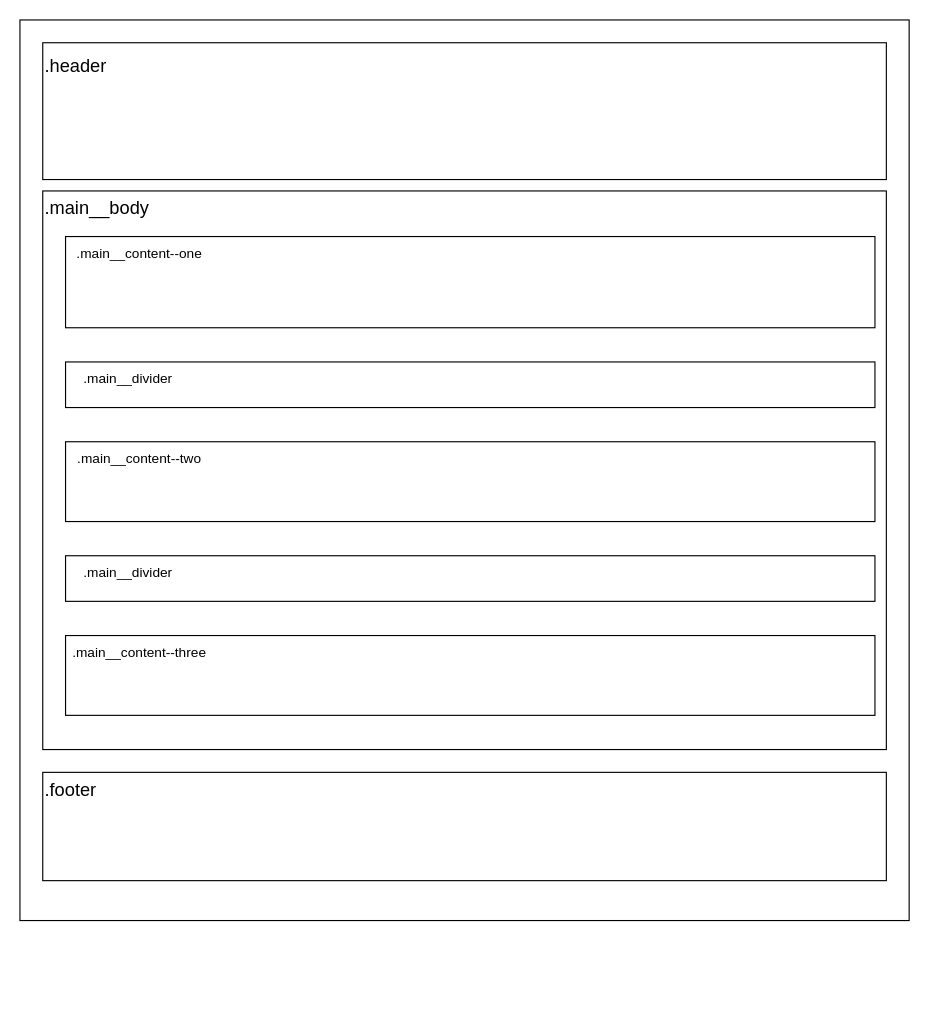
Earlier version of the draw.io diagram BTVN_1908/Bai1.drawio (IRIS-T-SLM/SET2026). Source tidied: cells renumbered, new cells numbered last; positions are measured from the earlier drawing's top-left corner, leaving out a move shared by most shapes. Both pictures are drawn from the tidied source at 114%, with x=0, y=0 at pixel (19, 19).
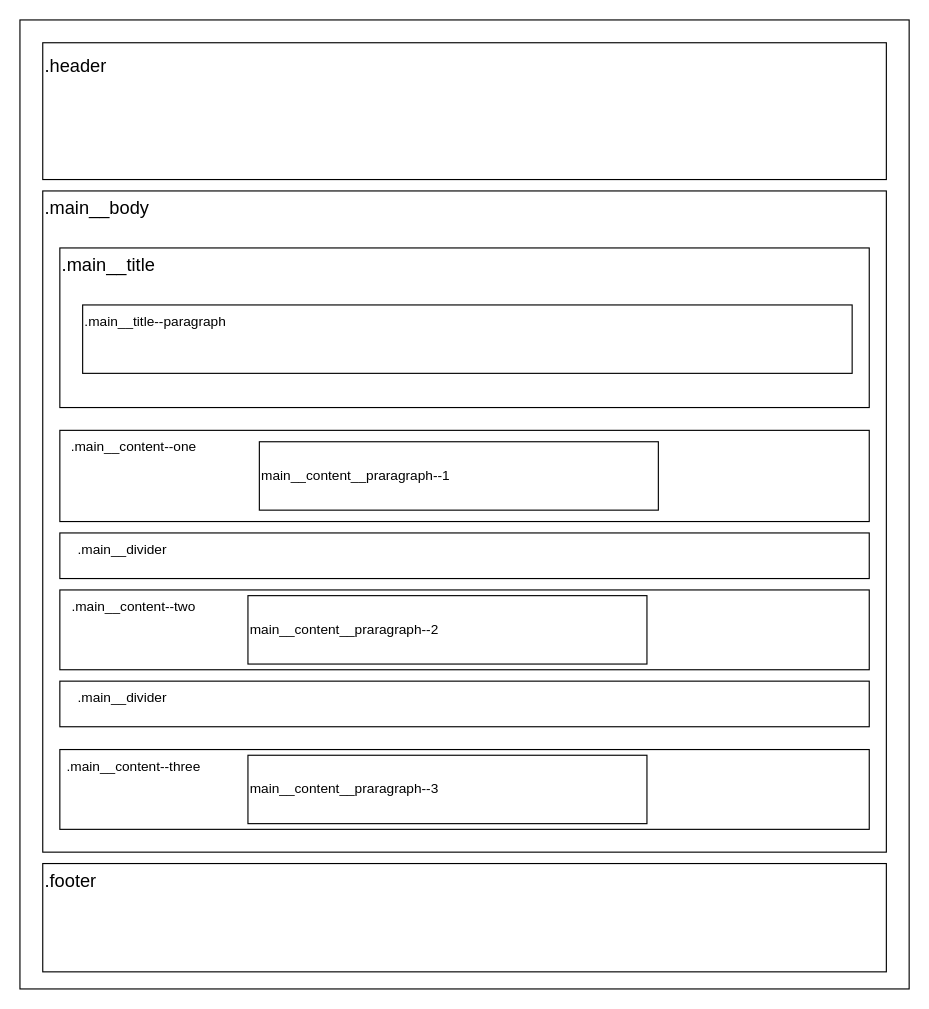
After the change.

Commit message:
Update Block layout cho bài 1

Change to the diagram source:
```diff
@@
     <mxCell id="2" style="rounded=0;whiteSpace=wrap;html=1;" parent="1" vertex="1">
-      <mxGeometry width="780" height="790" as="geometry" />
+      <mxGeometry width="780" height="850" as="geometry" />
     </mxCell>
@@
     <mxCell id="5" style="rounded=0;whiteSpace=wrap;html=1;" parent="1" vertex="1">
-      <mxGeometry x="20" y="150" width="740" height="490" as="geometry" />
+      <mxGeometry x="20" y="150" width="740" height="580" as="geometry" />
     </mxCell>
     <mxCell id="6" style="rounded=0;whiteSpace=wrap;html=1;" parent="1" vertex="1">
-      <mxGeometry x="20" y="660" width="740" height="95" as="geometry" />
+      <mxGeometry x="20" y="740" width="740" height="95" as="geometry" />
     </mxCell>
     <mxCell id="7" value="&lt;font style=&quot;font-size: 16px;&quot;&gt;.footer&lt;/font&gt;" style="text;html=1;whiteSpace=wrap;strokeColor=none;fillColor=none;align=left;verticalAlign=middle;rounded=0;" parent="1" vertex="1">
-      <mxGeometry x="20" y="660" width="130" height="30" as="geometry" />
+      <mxGeometry x="20" y="740" width="130" height="30" as="geometry" />
     </mxCell>
@@
     <mxCell id="9" style="rounded=0;whiteSpace=wrap;html=1;" parent="1" vertex="1">
-      <mxGeometry x="40" y="190" width="710" height="80" as="geometry" />
+      <mxGeometry x="35" y="360" width="710" height="80" as="geometry" />
     </mxCell>
     <mxCell id="10" style="rounded=0;whiteSpace=wrap;html=1;" parent="1" vertex="1">
-      <mxGeometry x="40" y="300" width="710" height="40" as="geometry" />
+      <mxGeometry x="35" y="450" width="710" height="40" as="geometry" />
     </mxCell>
     <mxCell id="11" style="rounded=0;whiteSpace=wrap;html=1;" parent="1" vertex="1">
-      <mxGeometry x="40" y="370" width="710" height="70" as="geometry" />
+      <mxGeometry x="35" y="500" width="710" height="70" as="geometry" />
     </mxCell>
     <mxCell id="12" style="rounded=0;whiteSpace=wrap;html=1;" parent="1" vertex="1">
-      <mxGeometry x="40" y="470" width="710" height="40" as="geometry" />
+      <mxGeometry x="35" y="580" width="710" height="40" as="geometry" />
     </mxCell>
     <mxCell id="13" style="rounded=0;whiteSpace=wrap;html=1;" parent="1" vertex="1">
-      <mxGeometry x="40" y="540" width="710" height="70" as="geometry" />
+      <mxGeometry x="35" y="640" width="710" height="70" as="geometry" />
     </mxCell>
     <mxCell id="14" value=".main__content--one" style="text;html=1;whiteSpace=wrap;strokeColor=none;fillColor=none;align=center;verticalAlign=middle;rounded=0;" parent="1" vertex="1">
-      <mxGeometry x="40" y="190" width="130" height="30" as="geometry" />
+      <mxGeometry x="35" y="360" width="130" height="30" as="geometry" />
     </mxCell>
     <mxCell id="15" value=".main__divider" style="text;html=1;whiteSpace=wrap;strokeColor=none;fillColor=none;align=center;verticalAlign=middle;rounded=0;" parent="1" vertex="1">
-      <mxGeometry x="40" y="300" width="110" height="30" as="geometry" />
+      <mxGeometry x="35" y="450" width="110" height="30" as="geometry" />
     </mxCell>
     <mxCell id="16" value=".main__content--two" style="text;html=1;whiteSpace=wrap;strokeColor=none;fillColor=none;align=center;verticalAlign=middle;rounded=0;" parent="1" vertex="1">
-      <mxGeometry x="40" y="370" width="130" height="30" as="geometry" />
+      <mxGeometry x="35" y="500" width="130" height="30" as="geometry" />
     </mxCell>
     <mxCell id="17" value=".main__divider" style="text;html=1;whiteSpace=wrap;strokeColor=none;fillColor=none;align=center;verticalAlign=middle;rounded=0;" parent="1" vertex="1">
-      <mxGeometry x="40" y="470" width="110" height="30" as="geometry" />
+      <mxGeometry x="35" y="580" width="110" height="30" as="geometry" />
     </mxCell>
     <mxCell id="18" value=".main__content--three" style="text;html=1;whiteSpace=wrap;strokeColor=none;fillColor=none;align=center;verticalAlign=middle;rounded=0;" parent="1" vertex="1">
-      <mxGeometry x="40" y="540" width="130" height="30" as="geometry" />
+      <mxGeometry x="35" y="640" width="130" height="30" as="geometry" />
     </mxCell>
+    <mxCell id="19" style="rounded=0;whiteSpace=wrap;html=1;" parent="1" vertex="1">
+      <mxGeometry x="35" y="200" width="710" height="140" as="geometry" />
+    </mxCell>
+    <mxCell id="20" value="&lt;span style=&quot;font-size: 16px;&quot;&gt;.main__title&lt;/span&gt;" style="text;html=1;whiteSpace=wrap;strokeColor=none;fillColor=none;align=left;verticalAlign=middle;rounded=0;" parent="1" vertex="1">
+      <mxGeometry x="35" y="200" width="175" height="30" as="geometry" />
+    </mxCell>
+    <mxCell id="21" style="rounded=0;whiteSpace=wrap;html=1;" parent="1" vertex="1">
+      <mxGeometry x="55" y="250" width="675" height="60" as="geometry" />
+    </mxCell>
+    <mxCell id="22" value=".main__title--paragraph" style="text;html=1;whiteSpace=wrap;strokeColor=none;fillColor=none;align=left;verticalAlign=middle;rounded=0;" parent="1" vertex="1">
+      <mxGeometry x="55" y="250" width="145" height="30" as="geometry" />
+    </mxCell>
+    <mxCell id="23" value="main__content__praragraph--1" style="rounded=0;whiteSpace=wrap;html=1;align=left;" parent="1" vertex="1">
+      <mxGeometry x="210" y="370" width="350" height="60" as="geometry" />
+    </mxCell>
+    <mxCell id="24" value="main__content__praragraph--2" style="rounded=0;whiteSpace=wrap;html=1;align=left;" parent="1" vertex="1">
+      <mxGeometry x="200" y="505" width="350" height="60" as="geometry" />
+    </mxCell>
+    <mxCell id="25" value="main__content__praragraph--3" style="rounded=0;whiteSpace=wrap;html=1;align=left;" parent="1" vertex="1">
+      <mxGeometry x="200" y="645" width="350" height="60" as="geometry" />
+    </mxCell>
```
